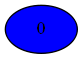
The Graphviz diagram Compiler/8iGraph.png in mbajaj92/Project-Astoria, before a commit. Its source is kept beside it as Compiler/8iGraph.dot.
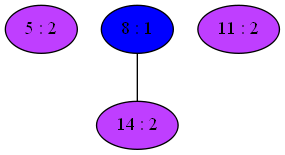
After the change.

Diff of the diagram source:
```diff
@@ -1,3 +1,8 @@
 strict graph {
-0[label="0" style=filled fillcolor="blue1"];
+5[label="5 : 2" style=filled fillcolor="darkorchid1"];
+8[label="8 : 1" style=filled fillcolor="blue1"];
+8 -- 14
+11[label="11 : 2" style=filled fillcolor="darkorchid1"];
+14[label="14 : 2" style=filled fillcolor="darkorchid1"];
+14 -- 8
 }
```
